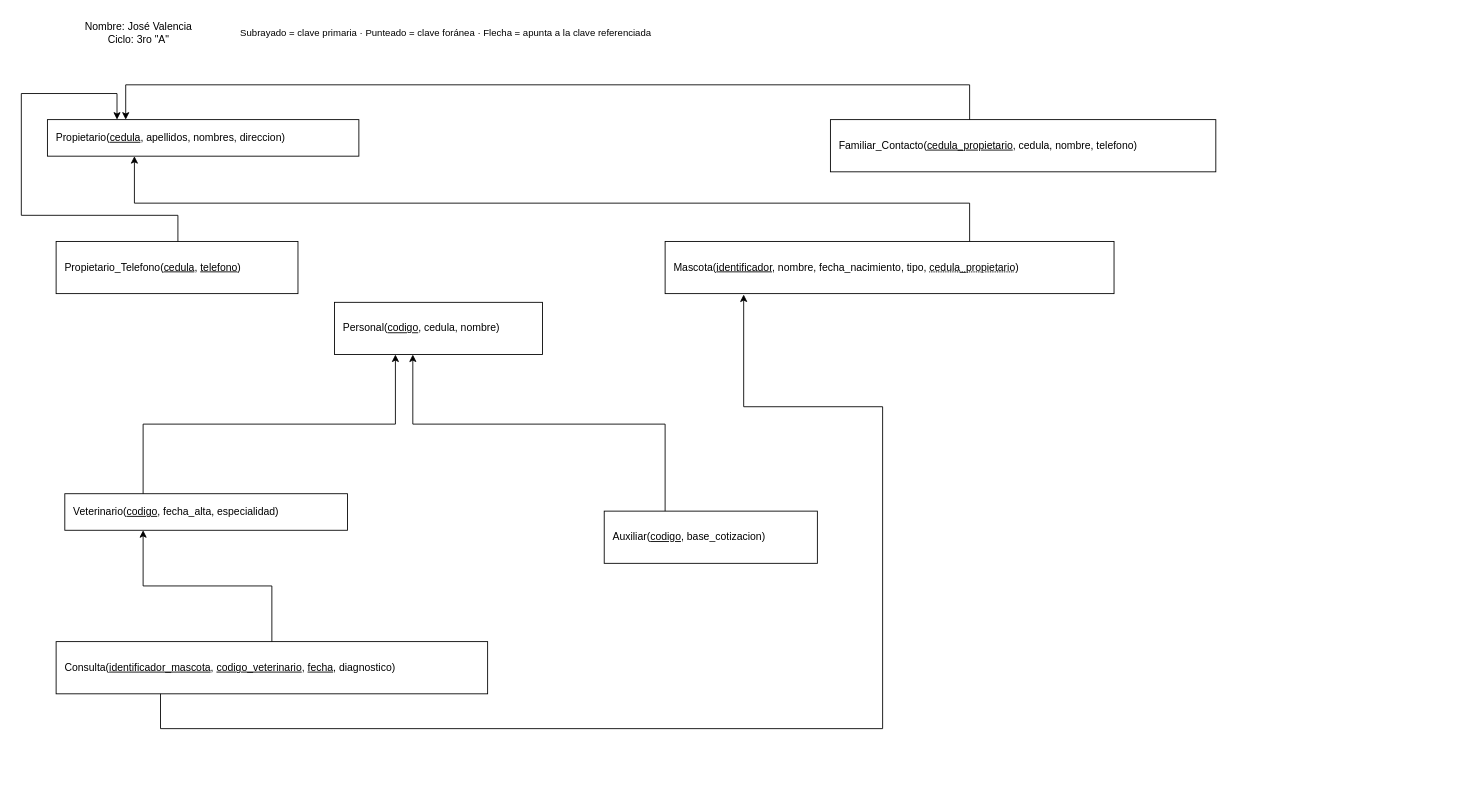
This is unit-01/relational-entity-model/Ejercicio9_Veterinaria-ER.drawio from js-valencia/DataBase-Working, a draw.io file, before an edit. Source tidied: cells renumbered, new cells numbered last; positions are measured from the earlier drawing's top-left corner, leaving out a move shared by most shapes. Both pictures are drawn from the tidied source at 87%, with x=0, y=0 at pixel (21, 15).
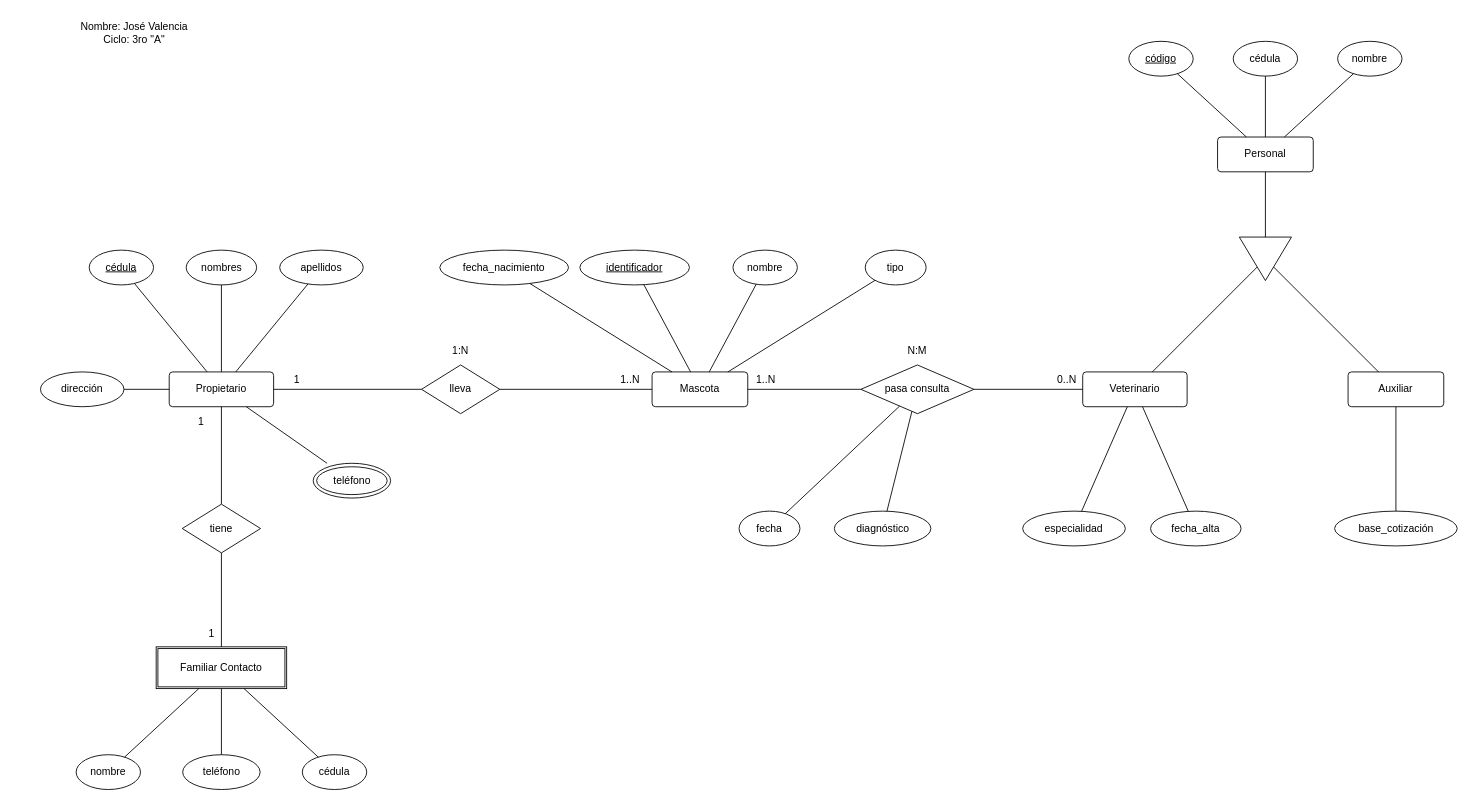
The same page after the edit.

Commit message (it also covers changes not shown here):
update: @author in sql-code and upload new entity-relacional diagram veterinaria

What changed in the source:
```diff
@@
+    <mxCell id="19" value="Propietario" style="rounded=1;arcSize=10;whiteSpace=wrap;html=1;align=center;" parent="1" vertex="1">
+      <mxGeometry x="170" y="410" width="120" height="40" as="geometry" />
+    </mxCell>
+    <mxCell id="20" value="Mascota" style="rounded=1;arcSize=10;whiteSpace=wrap;html=1;align=center;" parent="1" vertex="1">
+      <mxGeometry x="725" y="410" width="110" height="40" as="geometry" />
+    </mxCell>
+    <mxCell id="21" value="Veterinario" style="rounded=1;arcSize=10;whiteSpace=wrap;html=1;align=center;" parent="1" vertex="1">
+      <mxGeometry x="1220" y="410" width="120" height="40" as="geometry" />
+    </mxCell>
+    <mxCell id="22" value="Auxiliar" style="rounded=1;arcSize=10;whiteSpace=wrap;html=1;align=center;" parent="1" vertex="1">
+      <mxGeometry x="1525" y="410" width="110" height="40" as="geometry" />
+    </mxCell>
+    <mxCell id="23" value="lleva" style="shape=rhombus;perimeter=rhombusPerimeter;whiteSpace=wrap;html=1;align=center;" parent="1" vertex="1">
+      <mxGeometry x="460" y="402" width="90" height="56" as="geometry" />
+    </mxCell>
+    <mxCell id="24" value="1:N" style="text;html=1;whiteSpace=wrap;strokeColor=none;fillColor=none;align=center;verticalAlign=middle;rounded=0;" parent="1" vertex="1">
+      <mxGeometry x="475" y="376" width="60" height="20" as="geometry" />
+    </mxCell>
+    <mxCell id="25" value="pasa consulta" style="shape=rhombus;perimeter=rhombusPerimeter;whiteSpace=wrap;html=1;align=center;" parent="1" vertex="1">
+      <mxGeometry x="965" y="402" width="130" height="56" as="geometry" />
+    </mxCell>
+    <mxCell id="26" value="N:M" style="text;html=1;whiteSpace=wrap;strokeColor=none;fillColor=none;align=center;verticalAlign=middle;rounded=0;" parent="1" vertex="1">
+      <mxGeometry x="1000" y="376" width="60" height="20" as="geometry" />
+    </mxCell>
+    <mxCell id="27" style="endArrow=none;html=1;rounded=0;" parent="1" edge="1" source="19" target="23">
+      <mxGeometry relative="1" as="geometry" />
+    </mxCell>
+    <mxCell id="28" value="1" style="html=1;whiteSpace=wrap;align=center;verticalAlign=middle;" parent="27" vertex="1">
+      <mxGeometry x="-0.7" relative="1" as="geometry">
+        <mxPoint y="-12" as="offset" />
+      </mxGeometry>
+    </mxCell>
+    <mxCell id="29" style="endArrow=none;html=1;rounded=0;" parent="1" edge="1" source="23" target="20">
+      <mxGeometry relative="1" as="geometry" />
+    </mxCell>
+    <mxCell id="30" value="1..N" style="html=1;whiteSpace=wrap;align=center;verticalAlign=middle;" parent="29" vertex="1">
+      <mxGeometry x="0.7" relative="1" as="geometry">
+        <mxPoint y="-12" as="offset" />
+      </mxGeometry>
+    </mxCell>
+    <mxCell id="31" style="endArrow=none;html=1;rounded=0;" parent="1" edge="1" source="20" target="25">
+      <mxGeometry relative="1" as="geometry" />
+    </mxCell>
+    <mxCell id="32" value="1..N" style="html=1;whiteSpace=wrap;align=center;verticalAlign=middle;" parent="31" vertex="1">
+      <mxGeometry x="-0.7" relative="1" as="geometry">
+        <mxPoint y="-12" as="offset" />
+      </mxGeometry>
+    </mxCell>
+    <mxCell id="33" style="endArrow=none;html=1;rounded=0;" parent="1" edge="1" source="25" target="21">
+      <mxGeometry relative="1" as="geometry" />
+    </mxCell>
+    <mxCell id="34" value="0..N" style="html=1;whiteSpace=wrap;align=center;verticalAlign=middle;" parent="33" vertex="1">
+      <mxGeometry x="0.7" relative="1" as="geometry">
+        <mxPoint y="-12" as="offset" />
+      </mxGeometry>
+    </mxCell>
+    <mxCell id="35" value="cédula" style="ellipse;whiteSpace=wrap;html=1;align=center;fontStyle=4;" parent="1" vertex="1">
+      <mxGeometry x="78" y="270" width="74" height="40" as="geometry" />
+    </mxCell>
+    <mxCell id="36" style="endArrow=none;html=1;rounded=0;" parent="1" edge="1" source="19" target="35">
+      <mxGeometry relative="1" as="geometry" />
+    </mxCell>
+    <mxCell id="37" value="nombres" style="ellipse;whiteSpace=wrap;html=1;align=center;" parent="1" vertex="1">
+      <mxGeometry x="189.5" y="270" width="81" height="40" as="geometry" />
+    </mxCell>
+    <mxCell id="38" style="endArrow=none;html=1;rounded=0;" parent="1" edge="1" source="19" target="37">
+      <mxGeometry relative="1" as="geometry" />
+    </mxCell>
+    <mxCell id="39" value="apellidos" style="ellipse;whiteSpace=wrap;html=1;align=center;" parent="1" vertex="1">
+      <mxGeometry x="297" y="270" width="96" height="40" as="geometry" />
+    </mxCell>
+    <mxCell id="40" style="endArrow=none;html=1;rounded=0;" parent="1" edge="1" source="19" target="39">
+      <mxGeometry relative="1" as="geometry" />
+    </mxCell>
+    <mxCell id="41" value="dirección" style="ellipse;whiteSpace=wrap;html=1;align=center;" parent="1" vertex="1">
+      <mxGeometry x="22" y="410" width="96" height="40" as="geometry" />
+    </mxCell>
+    <mxCell id="42" style="endArrow=none;html=1;rounded=0;" parent="1" edge="1" source="19" target="41">
+      <mxGeometry relative="1" as="geometry" />
+    </mxCell>
+    <mxCell id="43" value="teléfono" style="shape=doubleEllipse;whiteSpace=wrap;html=1;align=center;" parent="1" vertex="1">
+      <mxGeometry x="335.5" y="515" width="89" height="40" as="geometry" />
+    </mxCell>
+    <mxCell id="44" style="endArrow=none;html=1;rounded=0;" parent="1" edge="1" source="19" target="43">
+      <mxGeometry relative="1" as="geometry" />
+    </mxCell>
+    <mxCell id="45" value="fecha_nacimiento" style="ellipse;whiteSpace=wrap;html=1;align=center;" parent="1" vertex="1">
+      <mxGeometry x="481" y="270" width="148" height="40" as="geometry" />
+    </mxCell>
+    <mxCell id="46" style="endArrow=none;html=1;rounded=0;" parent="1" edge="1" source="20" target="45">
+      <mxGeometry relative="1" as="geometry" />
+    </mxCell>
+    <mxCell id="47" value="identificador" style="ellipse;whiteSpace=wrap;html=1;align=center;fontStyle=4;" parent="1" vertex="1">
+      <mxGeometry x="642" y="270" width="126" height="40" as="geometry" />
+    </mxCell>
+    <mxCell id="48" style="endArrow=none;html=1;rounded=0;" parent="1" edge="1" source="20" target="47">
+      <mxGeometry relative="1" as="geometry" />
+    </mxCell>
+    <mxCell id="49" value="nombre" style="ellipse;whiteSpace=wrap;html=1;align=center;" parent="1" vertex="1">
+      <mxGeometry x="818" y="270" width="74" height="40" as="geometry" />
+    </mxCell>
+    <mxCell id="50" style="endArrow=none;html=1;rounded=0;" parent="1" edge="1" source="20" target="49">
+      <mxGeometry relative="1" as="geometry" />
+    </mxCell>
+    <mxCell id="51" value="tipo" style="ellipse;whiteSpace=wrap;html=1;align=center;" parent="1" vertex="1">
+      <mxGeometry x="970" y="270" width="70" height="40" as="geometry" />
+    </mxCell>
+    <mxCell id="52" style="endArrow=none;html=1;rounded=0;" parent="1" edge="1" source="20" target="51">
+      <mxGeometry relative="1" as="geometry" />
+    </mxCell>
+    <mxCell id="53" value="fecha" style="ellipse;whiteSpace=wrap;html=1;align=center;" parent="1" vertex="1">
+      <mxGeometry x="825" y="570" width="70" height="40" as="geometry" />
+    </mxCell>
+    <mxCell id="54" style="endArrow=none;html=1;rounded=0;" parent="1" edge="1" source="25" target="53">
+      <mxGeometry relative="1" as="geometry" />
+    </mxCell>
+    <mxCell id="55" value="diagnóstico" style="ellipse;whiteSpace=wrap;html=1;align=center;" parent="1" vertex="1">
+      <mxGeometry x="934.5" y="570" width="111" height="40" as="geometry" />
+    </mxCell>
+    <mxCell id="56" style="endArrow=none;html=1;rounded=0;" parent="1" edge="1" source="25" target="55">
+      <mxGeometry relative="1" as="geometry" />
+    </mxCell>
+    <mxCell id="57" value="especialidad" style="ellipse;whiteSpace=wrap;html=1;align=center;" parent="1" vertex="1">
+      <mxGeometry x="1151" y="570" width="118" height="40" as="geometry" />
+    </mxCell>
+    <mxCell id="58" style="endArrow=none;html=1;rounded=0;" parent="1" edge="1" source="21" target="57">
+      <mxGeometry relative="1" as="geometry" />
+    </mxCell>
+    <mxCell id="59" value="fecha_alta" style="ellipse;whiteSpace=wrap;html=1;align=center;" parent="1" vertex="1">
+      <mxGeometry x="1298" y="570" width="104" height="40" as="geometry" />
+    </mxCell>
+    <mxCell id="60" style="endArrow=none;html=1;rounded=0;" parent="1" edge="1" source="21" target="59">
+      <mxGeometry relative="1" as="geometry" />
+    </mxCell>
+    <mxCell id="61" value="base_cotización" style="ellipse;whiteSpace=wrap;html=1;align=center;" parent="1" vertex="1">
+      <mxGeometry x="1509.5" y="570" width="141" height="40" as="geometry" />
+    </mxCell>
+    <mxCell id="62" style="endArrow=none;html=1;rounded=0;" parent="1" edge="1" source="22" target="61">
+      <mxGeometry relative="1" as="geometry" />
+    </mxCell>
+    <mxCell id="63" value="Personal" style="rounded=1;arcSize=10;whiteSpace=wrap;html=1;align=center;" parent="1" vertex="1">
+      <mxGeometry x="1375" y="140" width="110" height="40" as="geometry" />
+    </mxCell>
+    <mxCell id="64" style="triangle;direction=south;whiteSpace=wrap;html=1;" parent="1" vertex="1">
+      <mxGeometry x="1400" y="255" width="60" height="50" as="geometry" />
+    </mxCell>
+    <mxCell id="65" style="endArrow=none;html=1;rounded=0;" parent="1" edge="1" source="63" target="64">
+      <mxGeometry relative="1" as="geometry" />
+    </mxCell>
+    <mxCell id="66" style="endArrow=none;html=1;rounded=0;" parent="1" edge="1" source="64" target="21">
+      <mxGeometry relative="1" as="geometry" />
+    </mxCell>
+    <mxCell id="67" style="endArrow=none;html=1;rounded=0;" parent="1" edge="1" source="64" target="22">
+      <mxGeometry relative="1" as="geometry" />
+    </mxCell>
+    <mxCell id="68" value="código" style="ellipse;whiteSpace=wrap;html=1;align=center;fontStyle=4;" parent="1" vertex="1">
+      <mxGeometry x="1273" y="30" width="74" height="40" as="geometry" />
+    </mxCell>
+    <mxCell id="69" style="endArrow=none;html=1;rounded=0;" parent="1" edge="1" source="63" target="68">
+      <mxGeometry relative="1" as="geometry" />
+    </mxCell>
+    <mxCell id="70" value="cédula" style="ellipse;whiteSpace=wrap;html=1;align=center;" parent="1" vertex="1">
+      <mxGeometry x="1393" y="30" width="74" height="40" as="geometry" />
+    </mxCell>
+    <mxCell id="71" style="endArrow=none;html=1;rounded=0;" parent="1" edge="1" source="63" target="70">
+      <mxGeometry relative="1" as="geometry" />
+    </mxCell>
+    <mxCell id="72" value="nombre" style="ellipse;whiteSpace=wrap;html=1;align=center;" parent="1" vertex="1">
+      <mxGeometry x="1513" y="30" width="74" height="40" as="geometry" />
+    </mxCell>
+    <mxCell id="73" style="endArrow=none;html=1;rounded=0;" parent="1" edge="1" source="63" target="72">
+      <mxGeometry relative="1" as="geometry" />
+    </mxCell>
+    <mxCell id="74" value="tiene" style="shape=rhombus;perimeter=rhombusPerimeter;whiteSpace=wrap;html=1;align=center;" parent="1" vertex="1">
+      <mxGeometry x="185" y="562" width="90" height="56" as="geometry" />
+    </mxCell>
+    <mxCell id="75" value="Familiar Contacto" style="shape=ext;double=1;rounded=0;whiteSpace=wrap;html=1;align=center;" parent="1" vertex="1">
+      <mxGeometry x="155" y="726" width="150" height="48" as="geometry" />
+    </mxCell>
+    <mxCell id="76" style="endArrow=none;html=1;rounded=0;" parent="1" edge="1" source="19" target="74">
+      <mxGeometry relative="1" as="geometry" />
+    </mxCell>
+    <mxCell id="77" value="1" style="html=1;whiteSpace=wrap;align=center;verticalAlign=middle;" parent="76" vertex="1">
+      <mxGeometry x="-0.7" relative="1" as="geometry">
+        <mxPoint x="-24" as="offset" />
+      </mxGeometry>
+    </mxCell>
+    <mxCell id="78" style="endArrow=none;html=1;rounded=0;" parent="1" edge="1" source="74" target="75">
+      <mxGeometry relative="1" as="geometry" />
+    </mxCell>
+    <mxCell id="79" value="1" style="html=1;whiteSpace=wrap;align=center;verticalAlign=middle;" parent="78" vertex="1">
+      <mxGeometry x="0.7" relative="1" as="geometry">
+        <mxPoint x="-12" as="offset" />
+      </mxGeometry>
+    </mxCell>
+    <mxCell id="80" value="nombre" style="ellipse;whiteSpace=wrap;html=1;align=center;" parent="1" vertex="1">
+      <mxGeometry x="63" y="850" width="74" height="40" as="geometry" />
+    </mxCell>
+    <mxCell id="81" style="endArrow=none;html=1;rounded=0;" parent="1" edge="1" source="75" target="80">
+      <mxGeometry relative="1" as="geometry" />
+    </mxCell>
+    <mxCell id="82" value="teléfono" style="ellipse;whiteSpace=wrap;html=1;align=center;" parent="1" vertex="1">
+      <mxGeometry x="185.5" y="850" width="89" height="40" as="geometry" />
+    </mxCell>
+    <mxCell id="83" style="endArrow=none;html=1;rounded=0;" parent="1" edge="1" source="75" target="82">
+      <mxGeometry relative="1" as="geometry" />
+    </mxCell>
+    <mxCell id="84" value="cédula" style="ellipse;whiteSpace=wrap;html=1;align=center;" parent="1" vertex="1">
+      <mxGeometry x="323" y="850" width="74" height="40" as="geometry" />
+    </mxCell>
+    <mxCell id="85" style="endArrow=none;html=1;rounded=0;" parent="1" edge="1" source="75" target="84">
+      <mxGeometry relative="1" as="geometry" />
+    </mxCell>
-    <mxCell id="2" value="Nombre: José Valencia&lt;div&gt;Ciclo: 3ro &quot;A&quot;&lt;/div&gt;" style="text;html=1;whiteSpace=wrap;strokeColor=none;fillColor=none;align=center;verticalAlign=middle;" parent="1" vertex="1">
-      <mxGeometry x="50" width="170" height="40" as="geometry" />
+    <mxCell id="2" value="Nombre: José Valencia&lt;div&gt;Ciclo: 3ro &quot;A&quot;&lt;/div&gt;" style="text;html=1;whiteSpace=wrap;strokeColor=none;fillColor=none;align=center;verticalAlign=middle;rounded=0;" parent="1" vertex="1">
+      <mxGeometry x="50" width="160" height="40" as="geometry" />
     </mxCell>
-    <mxCell id="3" value="Subrayado = clave primaria · Punteado = clave foránea · Flecha = apunta a la clave referenciada" style="text;html=1;whiteSpace=wrap;strokeColor=none;fillColor=none;align=left;verticalAlign=middle;fontSize=11;" parent="1" vertex="1">
-      <mxGeometry x="250" y="10" width="620" height="20" as="geometry" />
-    </mxCell>
-    <mxCell id="4" value="Propietario(&lt;u&gt;cedula&lt;/u&gt;, apellidos, nombres, direccion)" style="rounded=0;whiteSpace=wrap;html=1;align=left;verticalAlign=middle;spacingLeft=8;spacingRight=8;" parent="1" vertex="1">
-      <mxGeometry x="30" y="120" width="358" height="42" as="geometry" />
-    </mxCell>
-    <mxCell id="5" value="Propietario_Telefono(&lt;u&gt;cedula&lt;/u&gt;, &lt;u&gt;telefono&lt;/u&gt;)" style="rounded=0;whiteSpace=wrap;html=1;align=left;verticalAlign=middle;spacingLeft=8;spacingRight=8;" parent="1" vertex="1">
-      <mxGeometry x="40" y="260" width="278" height="60" as="geometry" />
-    </mxCell>
-    <mxCell id="6" value="Mascota(&lt;u&gt;identificador&lt;/u&gt;, nombre, fecha_nacimiento, tipo, &lt;span style=&quot;text-decoration: underline dotted;&quot;&gt;cedula_propietario&lt;/span&gt;)" style="rounded=0;whiteSpace=wrap;html=1;align=left;verticalAlign=middle;spacingLeft=8;spacingRight=8;" parent="1" vertex="1">
-      <mxGeometry x="740" y="260" width="516" height="60" as="geometry" />
-    </mxCell>
-    <mxCell id="7" value="Familiar_Contacto(&lt;u&gt;cedula_propietario&lt;/u&gt;, cedula, nombre, telefono)" style="rounded=0;whiteSpace=wrap;html=1;align=left;verticalAlign=middle;spacingLeft=8;spacingRight=8;" parent="1" vertex="1">
-      <mxGeometry x="930" y="120" width="443" height="60" as="geometry" />
-    </mxCell>
-    <mxCell id="8" value="Personal(&lt;u&gt;codigo&lt;/u&gt;, cedula, nombre)" style="rounded=0;whiteSpace=wrap;html=1;align=left;verticalAlign=middle;spacingLeft=8;spacingRight=8;" parent="1" vertex="1">
-      <mxGeometry x="360" y="330" width="239" height="60" as="geometry" />
-    </mxCell>
-    <mxCell id="9" value="Veterinario(&lt;u&gt;codigo&lt;/u&gt;, fecha_alta, especialidad)" style="rounded=0;whiteSpace=wrap;html=1;align=left;verticalAlign=middle;spacingLeft=8;spacingRight=8;" parent="1" vertex="1">
-      <mxGeometry x="50" y="550" width="325" height="42" as="geometry" />
-    </mxCell>
-    <mxCell id="10" value="Auxiliar(&lt;u&gt;codigo&lt;/u&gt;, base_cotizacion)" style="rounded=0;whiteSpace=wrap;html=1;align=left;verticalAlign=middle;spacingLeft=8;spacingRight=8;" parent="1" vertex="1">
-      <mxGeometry x="670" y="570" width="245" height="60" as="geometry" />
-    </mxCell>
-    <mxCell id="11" value="Consulta(&lt;u&gt;identificador_mascota&lt;/u&gt;, &lt;u&gt;codigo_veterinario&lt;/u&gt;, &lt;u&gt;fecha&lt;/u&gt;, diagnostico)" style="rounded=0;whiteSpace=wrap;html=1;align=left;verticalAlign=middle;spacingLeft=8;spacingRight=8;" parent="1" vertex="1">
-      <mxGeometry x="40" y="720" width="496" height="60" as="geometry" />
-    </mxCell>
-    <mxCell id="12" style="edgeStyle=orthogonalEdgeStyle;rounded=0;html=1;endArrow=classic;endFill=1;" parent="1" edge="1" source="5" target="4">
-      <mxGeometry x="-0.05" relative="1" as="geometry">
-        <Array as="points">
-          <mxPoint x="180" y="230" />
-          <mxPoint y="230" />
-          <mxPoint y="90" />
-          <mxPoint x="110" y="90" />
-        </Array>
-      </mxGeometry>
-    </mxCell>
-    <mxCell id="13" style="edgeStyle=orthogonalEdgeStyle;rounded=0;html=1;endArrow=classic;endFill=1;" parent="1" edge="1" source="6" target="4">
-      <mxGeometry x="0.21" relative="1" as="geometry">
-        <Array as="points">
-          <mxPoint x="1090" y="216" />
-          <mxPoint x="130" y="216" />
-        </Array>
-      </mxGeometry>
-    </mxCell>
-    <mxCell id="14" style="edgeStyle=orthogonalEdgeStyle;rounded=0;html=1;endArrow=classic;endFill=1;" parent="1" edge="1" source="7" target="4">
-      <mxGeometry x="-0.15" relative="1" as="geometry">
-        <Array as="points">
-          <mxPoint x="1090" y="80" />
-          <mxPoint x="120" y="80" />
-        </Array>
-      </mxGeometry>
-    </mxCell>
-    <mxCell id="15" style="edgeStyle=orthogonalEdgeStyle;rounded=0;html=1;endArrow=classic;endFill=1;" parent="1" edge="1" source="9" target="8">
-      <mxGeometry x="0.27" relative="1" as="geometry">
-        <Array as="points">
-          <mxPoint x="140" y="470" />
-          <mxPoint x="430" y="470" />
-        </Array>
-      </mxGeometry>
-    </mxCell>
-    <mxCell id="16" style="edgeStyle=orthogonalEdgeStyle;rounded=0;html=1;endArrow=classic;endFill=1;" parent="1" edge="1" source="10" target="8">
-      <mxGeometry x="0.02" relative="1" as="geometry">
-        <Array as="points">
-          <mxPoint x="740" y="470" />
-          <mxPoint x="450" y="470" />
-        </Array>
-      </mxGeometry>
-    </mxCell>
-    <mxCell id="17" style="edgeStyle=orthogonalEdgeStyle;rounded=0;html=1;endArrow=classic;endFill=1;entryX=0.175;entryY=1.017;entryDx=0;entryDy=0;entryPerimeter=0;" parent="1" edge="1" source="11" target="6">
-      <mxGeometry x="0.26" relative="1" as="geometry">
-        <Array as="points">
-          <mxPoint x="160" y="820" />
-          <mxPoint x="990" y="820" />
-          <mxPoint x="990" y="450" />
-          <mxPoint x="830.3" y="450" />
-        </Array>
-      </mxGeometry>
-    </mxCell>
-    <mxCell id="18" style="edgeStyle=orthogonalEdgeStyle;rounded=0;html=1;endArrow=classic;endFill=1;" parent="1" edge="1" source="11" target="9">
-      <mxGeometry x="-0.26" relative="1" as="geometry">
-        <Array as="points">
-          <mxPoint x="288" y="656" />
-          <mxPoint x="140" y="656" />
-        </Array>
-      </mxGeometry>
-    </mxCell>
```
